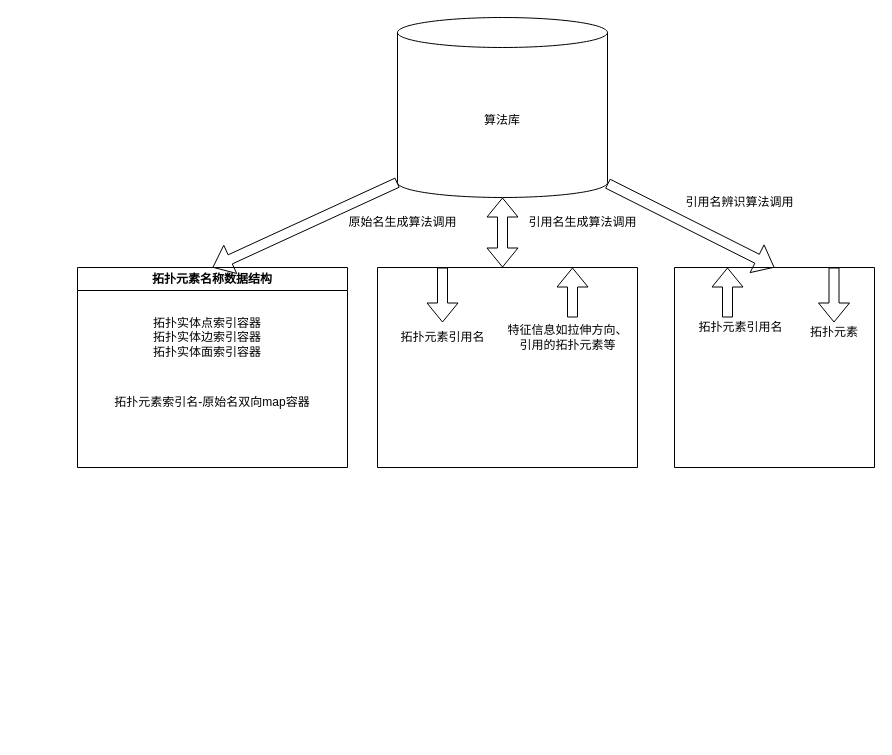
This is 接口.drawio from liuhuliuhu123/First-test, a draw.io file, before an edit. Source tidied: cells renumbered, new cells numbered last; positions are measured from the earlier drawing's top-left corner, leaving out a move shared by most shapes. Both pictures are drawn from the tidied source at 100%, with x=0, y=0 at pixel (77, 17).
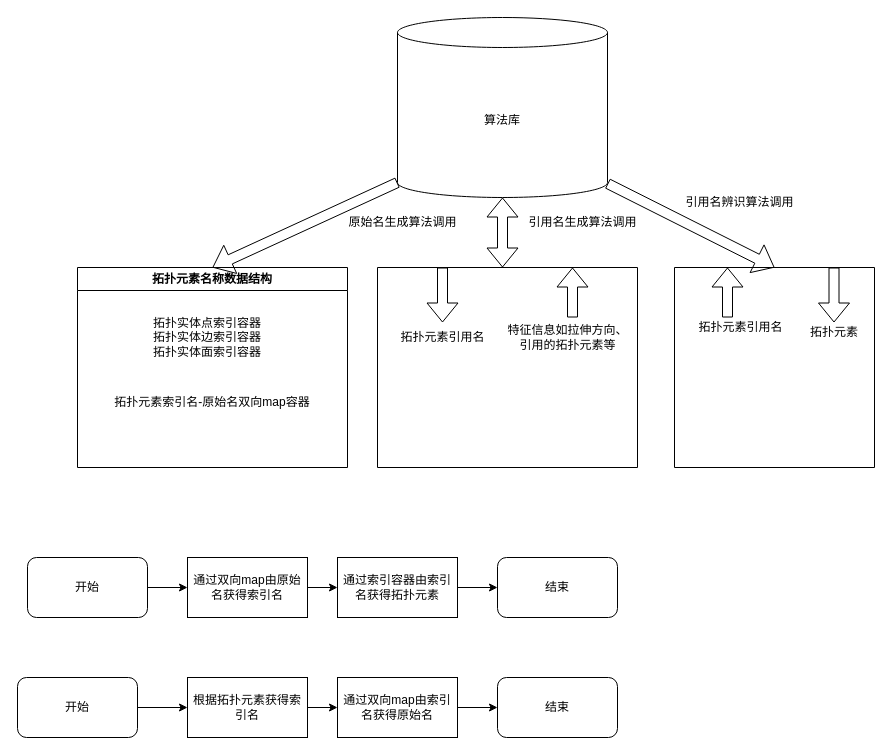
The same page after the edit.

Diff of the diagram source:
```diff
@@
+    <mxCell id="22" style="edgeStyle=orthogonalEdgeStyle;rounded=0;jettySize=auto;html=1;entryX=0;entryY=0.5;entryDx=0;entryDy=0;" parent="1" edge="1" source="23" target="25">
+      <mxGeometry relative="1" as="geometry" />
+    </mxCell>
+    <mxCell id="23" value="开始" style="rounded=1;whiteSpace=wrap;html=1;" parent="1" vertex="1">
+      <mxGeometry x="-50" y="540" width="120" height="60" as="geometry" />
+    </mxCell>
+    <mxCell id="24" style="edgeStyle=orthogonalEdgeStyle;rounded=0;jettySize=auto;html=1;entryX=0;entryY=0.5;entryDx=0;entryDy=0;" parent="1" edge="1" source="25" target="27">
+      <mxGeometry relative="1" as="geometry" />
+    </mxCell>
+    <mxCell id="25" value="通过双向map由原始名获得索引名" style="rounded=0;whiteSpace=wrap;html=1;" parent="1" vertex="1">
+      <mxGeometry x="110" y="540" width="120" height="60" as="geometry" />
+    </mxCell>
+    <mxCell id="26" style="edgeStyle=orthogonalEdgeStyle;rounded=0;jettySize=auto;html=1;entryX=0;entryY=0.5;entryDx=0;entryDy=0;" parent="1" edge="1" source="27" target="28">
+      <mxGeometry relative="1" as="geometry" />
+    </mxCell>
+    <mxCell id="27" value="通过索引容器由索引名获得拓扑元素" style="rounded=0;whiteSpace=wrap;html=1;" parent="1" vertex="1">
+      <mxGeometry x="260" y="540" width="120" height="60" as="geometry" />
+    </mxCell>
+    <mxCell id="28" value="结束" style="rounded=1;whiteSpace=wrap;html=1;" parent="1" vertex="1">
+      <mxGeometry x="420" y="540" width="120" height="60" as="geometry" />
+    </mxCell>
+    <mxCell id="29" style="edgeStyle=orthogonalEdgeStyle;rounded=0;jettySize=auto;html=1;entryX=0;entryY=0.5;entryDx=0;entryDy=0;" parent="1" edge="1" source="30" target="32">
+      <mxGeometry relative="1" as="geometry" />
+    </mxCell>
+    <mxCell id="30" value="开始" style="rounded=1;whiteSpace=wrap;html=1;" parent="1" vertex="1">
+      <mxGeometry x="-60" y="660" width="120" height="60" as="geometry" />
+    </mxCell>
+    <mxCell id="31" style="edgeStyle=orthogonalEdgeStyle;rounded=0;jettySize=auto;html=1;entryX=0;entryY=0.5;entryDx=0;entryDy=0;" parent="1" edge="1" source="32" target="34">
+      <mxGeometry relative="1" as="geometry" />
+    </mxCell>
+    <mxCell id="32" value="根据拓扑元素获得索引名" style="rounded=0;whiteSpace=wrap;html=1;" parent="1" vertex="1">
+      <mxGeometry x="110" y="660" width="120" height="60" as="geometry" />
+    </mxCell>
+    <mxCell id="33" style="edgeStyle=orthogonalEdgeStyle;rounded=0;jettySize=auto;html=1;entryX=0;entryY=0.5;entryDx=0;entryDy=0;" parent="1" edge="1" source="34" target="35">
+      <mxGeometry relative="1" as="geometry" />
+    </mxCell>
+    <mxCell id="34" value="通过双向map由索引名获得原始名" style="rounded=0;whiteSpace=wrap;html=1;" parent="1" vertex="1">
+      <mxGeometry x="260" y="660" width="120" height="60" as="geometry" />
+    </mxCell>
+    <mxCell id="35" value="结束" style="rounded=1;whiteSpace=wrap;html=1;" parent="1" vertex="1">
+      <mxGeometry x="420" y="660" width="120" height="60" as="geometry" />
+    </mxCell>
```
